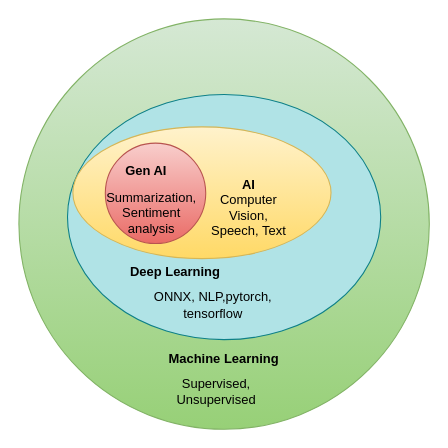
Earlier version of the draw.io diagram genai.drawio (imcuteani/Azure_Architecture_Diagrams). Source tidied: cells renumbered, new cells numbered last; positions are measured from the earlier drawing's top-left corner, leaving out a move shared by most shapes. Both pictures are drawn from the tidied source at 108%, with x=0, y=0 at pixel (18, 18).
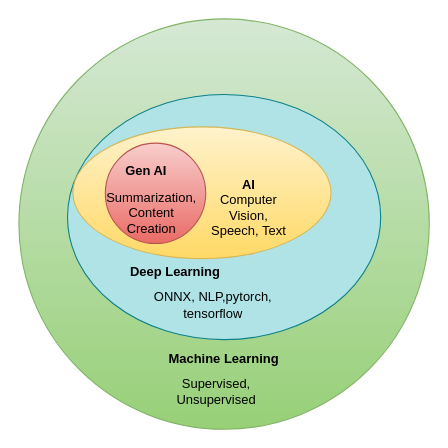
The same diagram, later.

The edit, as a diff of the source:
```diff
@@
 <mxGraphModel>
   <root>
     <mxCell id="0" />
     <mxCell id="1" parent="0" />
     <mxCell id="2" style="ellipse;whiteSpace=wrap;html=1;fillColor=#d5e8d4;strokeColor=#82b366;gradientColor=#97d077;" parent="1" vertex="1">
       <mxGeometry width="380" height="380" as="geometry" />
     </mxCell>
     <mxCell id="3" style="ellipse;whiteSpace=wrap;html=1;fillColor=#b0e3e6;strokeColor=#0e8088;" parent="1" vertex="1">
       <mxGeometry x="45" y="70" width="290" height="227" as="geometry" />
     </mxCell>
     <mxCell id="4" style="ellipse;whiteSpace=wrap;html=1;fillColor=#fff2cc;strokeColor=#d6b656;gradientColor=#ffd966;" parent="1" vertex="1">
       <mxGeometry x="50" y="100" width="239" height="122" as="geometry" />
     </mxCell>
     <mxCell id="5" style="ellipse;whiteSpace=wrap;html=1;fillColor=#f8cecc;gradientColor=#ea6b66;strokeColor=#b85450;" parent="1" vertex="1">
       <mxGeometry x="80" y="115" width="93" height="93" as="geometry" />
     </mxCell>
     <mxCell id="6" value="&lt;b&gt;Machine Learning&lt;/b&gt;" style="text;html=1;strokeColor=none;fillColor=none;align=center;verticalAlign=middle;whiteSpace=wrap;rounded=0;" parent="1" vertex="1">
       <mxGeometry x="135" y="300" width="110" height="30" as="geometry" />
     </mxCell>
     <mxCell id="7" value="&lt;b&gt;Deep Learning&lt;/b&gt;" style="text;html=1;strokeColor=none;fillColor=none;align=center;verticalAlign=middle;whiteSpace=wrap;rounded=0;" parent="1" vertex="1">
       <mxGeometry x="100" y="220" width="90" height="30" as="geometry" />
     </mxCell>
     <mxCell id="8" value="&lt;b&gt;AI&lt;/b&gt;&lt;br&gt;Computer Vision, Speech, Text" style="text;html=1;strokeColor=none;fillColor=none;align=center;verticalAlign=middle;whiteSpace=wrap;rounded=0;" parent="1" vertex="1">
       <mxGeometry x="175" y="160" width="76" height="30" as="geometry" />
     </mxCell>
     <mxCell id="9" value="&lt;b&gt;Gen AI&lt;/b&gt;" style="text;html=1;strokeColor=none;fillColor=none;align=center;verticalAlign=middle;whiteSpace=wrap;rounded=0;" parent="1" vertex="1">
       <mxGeometry x="88" y="126" width="60" height="30" as="geometry" />
     </mxCell>
     <mxCell id="10" value="Supervised, Unsupervised" style="text;html=1;strokeColor=none;fillColor=none;align=center;verticalAlign=middle;whiteSpace=wrap;rounded=0;" parent="1" vertex="1">
       <mxGeometry x="153" y="330" width="60" height="30" as="geometry" />
     </mxCell>
     <mxCell id="11" value="ONNX, NLP,pytorch, tensorflow" style="text;html=1;strokeColor=none;fillColor=none;align=center;verticalAlign=middle;whiteSpace=wrap;rounded=0;" parent="1" vertex="1">
       <mxGeometry x="120" y="250" width="120" height="30" as="geometry" />
     </mxCell>
-    <mxCell id="12" value="Summarization,&lt;br&gt;Sentiment analysis" style="text;html=1;strokeColor=none;fillColor=none;align=center;verticalAlign=middle;whiteSpace=wrap;rounded=0;" parent="1" vertex="1">
+    <mxCell id="12" value="Summarization,&lt;br&gt;Content Creation" style="text;html=1;strokeColor=none;fillColor=none;align=center;verticalAlign=middle;whiteSpace=wrap;rounded=0;" parent="1" vertex="1">
       <mxGeometry x="93" y="165" width="60" height="30" as="geometry" />
     </mxCell>
   </root>
 </mxGraphModel>
```
